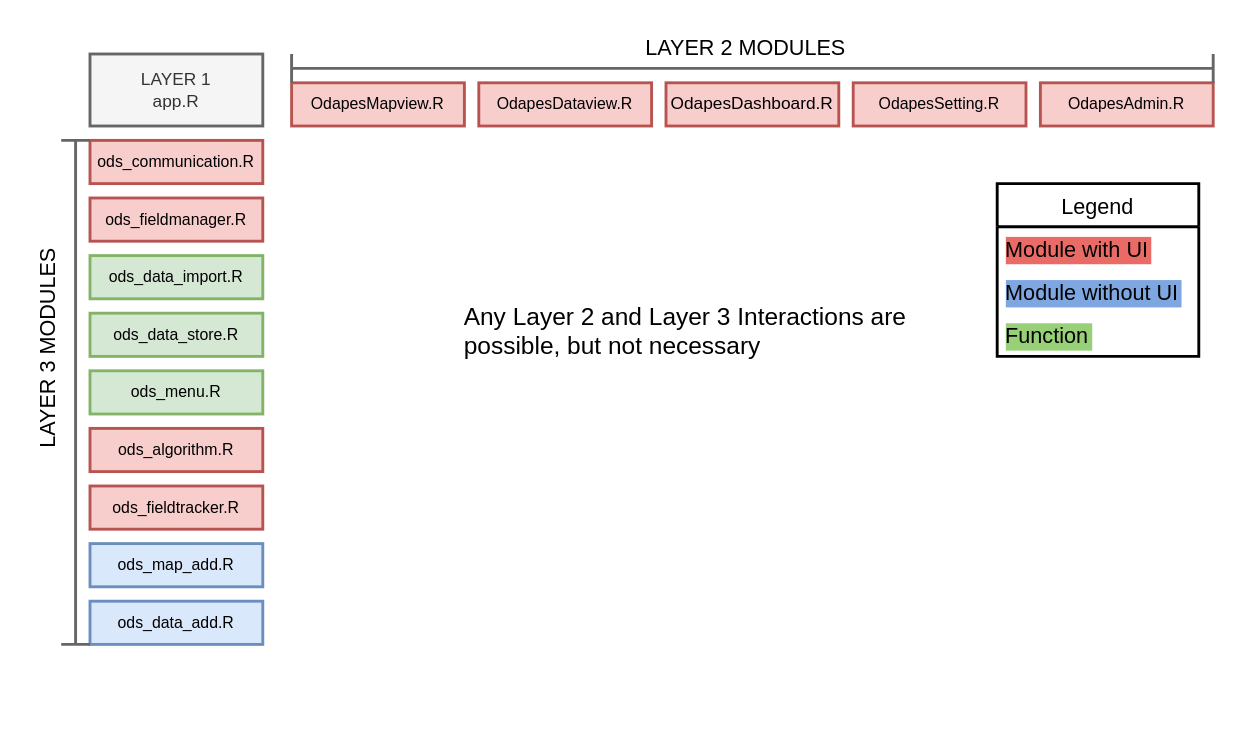
This is ODAPES_APP_STRUCTURE.drawio from ODAPES/system_documentation, a draw.io file, before an edit. Source tidied: cells renumbered, new cells numbered last; positions are measured from the earlier drawing's top-left corner, leaving out a move shared by most shapes. Both pictures are drawn from the tidied source at 144%, with x=0, y=0 at pixel (-69, 24).
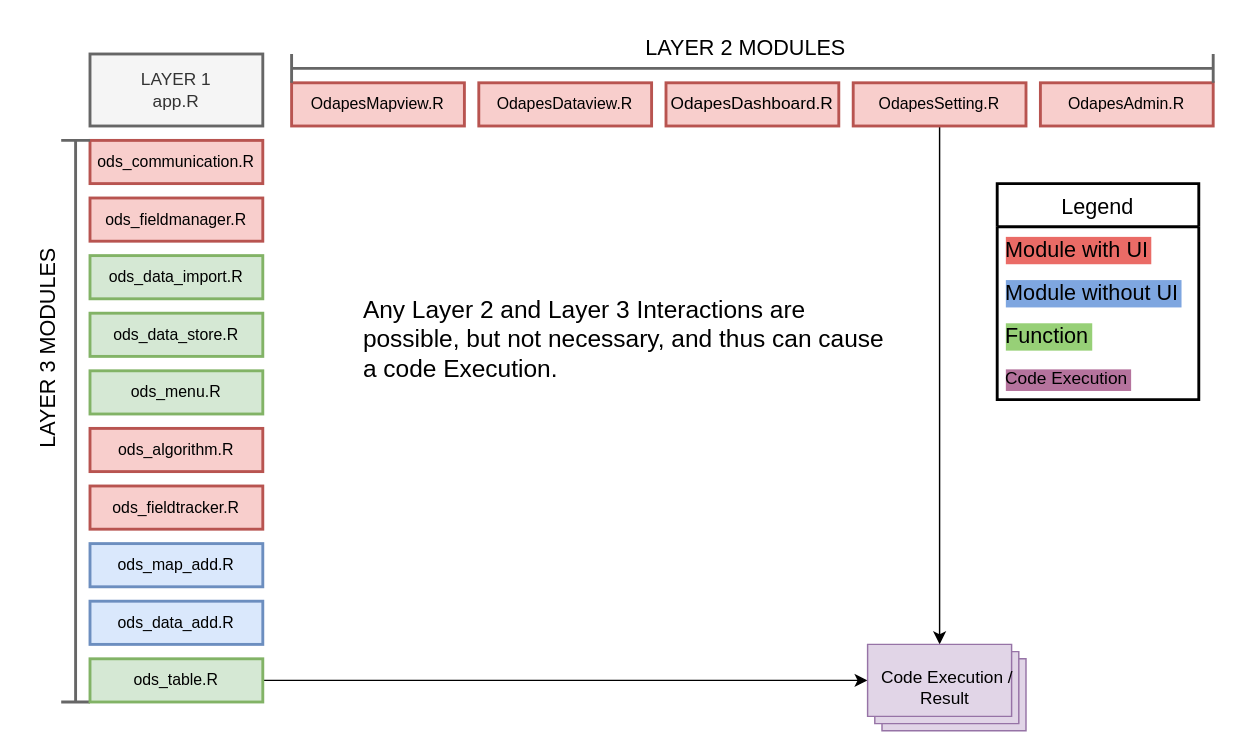
Above is the later version.

Unchanged cells that the change refers to:
```xml
<mxCell id="5" value="&lt;font style=&quot;font-size: 11px;&quot;&gt;OdapesSetting.R&lt;/font&gt;" style="text;html=1;strokeColor=#b85450;fillColor=#f8cecc;align=center;verticalAlign=middle;whiteSpace=wrap;rounded=0;strokeWidth=2;" parent="1" vertex="1">
  <mxGeometry x="640" y="40" width="120" height="30" as="geometry" />
</mxCell>
```

Change to the diagram source:
```diff
@@
+    <mxCell id="26" style="edgeStyle=orthogonalEdgeStyle;rounded=0;jettySize=auto;html=1;exitX=0.5;exitY=1;exitDx=0;exitDy=0;entryX=0;entryY=0;entryDx=50;entryDy=0;entryPerimeter=0;" parent="1" edge="1" source="5" target="30">
+      <mxGeometry relative="1" as="geometry" />
+    </mxCell>
@@
     <mxCell id="19" style="shape=crossbar;whiteSpace=wrap;html=1;rounded=1;direction=south;fontSize=15;strokeWidth=2;fillColor=#f5f5f5;strokeColor=#666666;fontColor=#333333;" parent="1" vertex="1">
-      <mxGeometry x="90" y="80" width="20" height="350" as="geometry" />
+      <mxGeometry x="90" y="80" width="20" height="390" as="geometry" />
     </mxCell>
@@
     <mxCell id="21" value="Legend" style="swimlane;fontStyle=0;horizontal=1;startSize=30;fontSize=15;fontColor=#000000;strokeWidth=2;" parent="1" vertex="1">
-      <mxGeometry x="740" y="110" width="140" height="120" as="geometry" />
+      <mxGeometry x="740" y="110" width="140" height="150" as="geometry" />
     </mxCell>
@@
+    <mxCell id="27" value="Code Execution" style="text;strokeColor=none;fillColor=none;align=left;verticalAlign=middle;spacingLeft=4;spacingRight=4;overflow=hidden;labelBackgroundColor=#B5739D;" parent="21" vertex="1">
+      <mxGeometry y="120" width="140" height="30" as="geometry" />
+    </mxCell>
-    <mxCell id="25" value="&lt;h1 style=&quot;font-size: 17px;&quot;&gt;&lt;br style=&quot;font-size: 17px;&quot;&gt;&lt;/h1&gt;&lt;p style=&quot;font-size: 17px;&quot;&gt;Any Layer 2 and Layer 3 Interactions are possible, but not necessary&lt;/p&gt;" style="text;html=1;strokeColor=none;fillColor=none;spacing=5;spacingTop=-20;whiteSpace=wrap;overflow=hidden;rounded=0;labelBackgroundColor=none;fontSize=17;fontColor=#000000;" parent="1" vertex="1">
-      <mxGeometry x="365" y="155" width="375" height="120" as="geometry" />
+    <mxCell id="25" value="&lt;h1 style=&quot;font-size: 17px;&quot;&gt;&lt;br style=&quot;font-size: 17px;&quot;&gt;&lt;/h1&gt;&lt;p style=&quot;font-size: 17px;&quot;&gt;Any Layer 2 and Layer 3 Interactions are possible, but not necessary, and thus can cause a code Execution.&lt;/p&gt;" style="text;html=1;strokeColor=none;fillColor=none;spacing=5;spacingTop=-20;whiteSpace=wrap;overflow=hidden;rounded=0;labelBackgroundColor=none;fontSize=17;fontColor=#000000;" parent="1" vertex="1">
+      <mxGeometry x="295" y="150" width="375" height="120" as="geometry" />
     </mxCell>
+    <mxCell id="28" style="edgeStyle=orthogonalEdgeStyle;rounded=0;jettySize=auto;html=1;exitX=1;exitY=0.5;exitDx=0;exitDy=0;entryX=0;entryY=0;entryDx=0;entryDy=25;entryPerimeter=0;" parent="1" edge="1" source="29" target="30">
+      <mxGeometry relative="1" as="geometry" />
+    </mxCell>
+    <mxCell id="29" value="&lt;font style=&quot;font-size: 11px;&quot;&gt;ods_table.R&lt;/font&gt;" style="text;html=1;strokeColor=#82b366;fillColor=#d5e8d4;align=center;verticalAlign=middle;whiteSpace=wrap;rounded=0;strokeWidth=2;" parent="1" vertex="1">
+      <mxGeometry x="110" y="440" width="120" height="30" as="geometry" />
+    </mxCell>
+    <mxCell id="30" value="Code Execution / &lt;br&gt;Result&amp;nbsp;" style="verticalLabelPosition=middle;verticalAlign=middle;html=1;shape=mxgraph.basic.layered_rect;dx=10;outlineConnect=0;fillColor=#e1d5e7;strokeColor=#9673a6;labelPosition=center;align=center;" parent="1" vertex="1">
+      <mxGeometry x="650" y="430" width="110" height="60" as="geometry" />
+    </mxCell>
```
